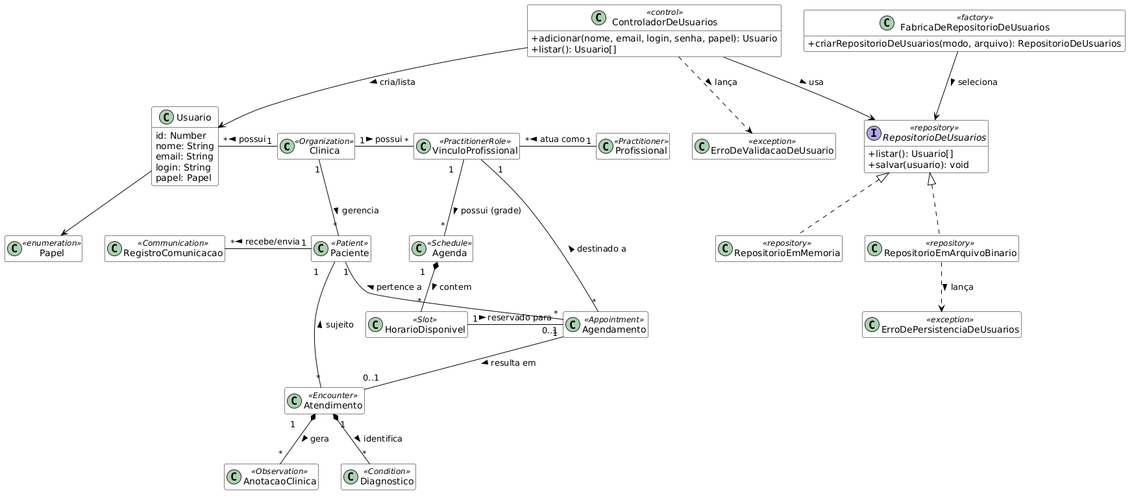
Above: docs/relatorio/images/diagrama-classes-de-analise.png in beatrizmontenegro07/projeto-metodos (PlantUML), before the change.
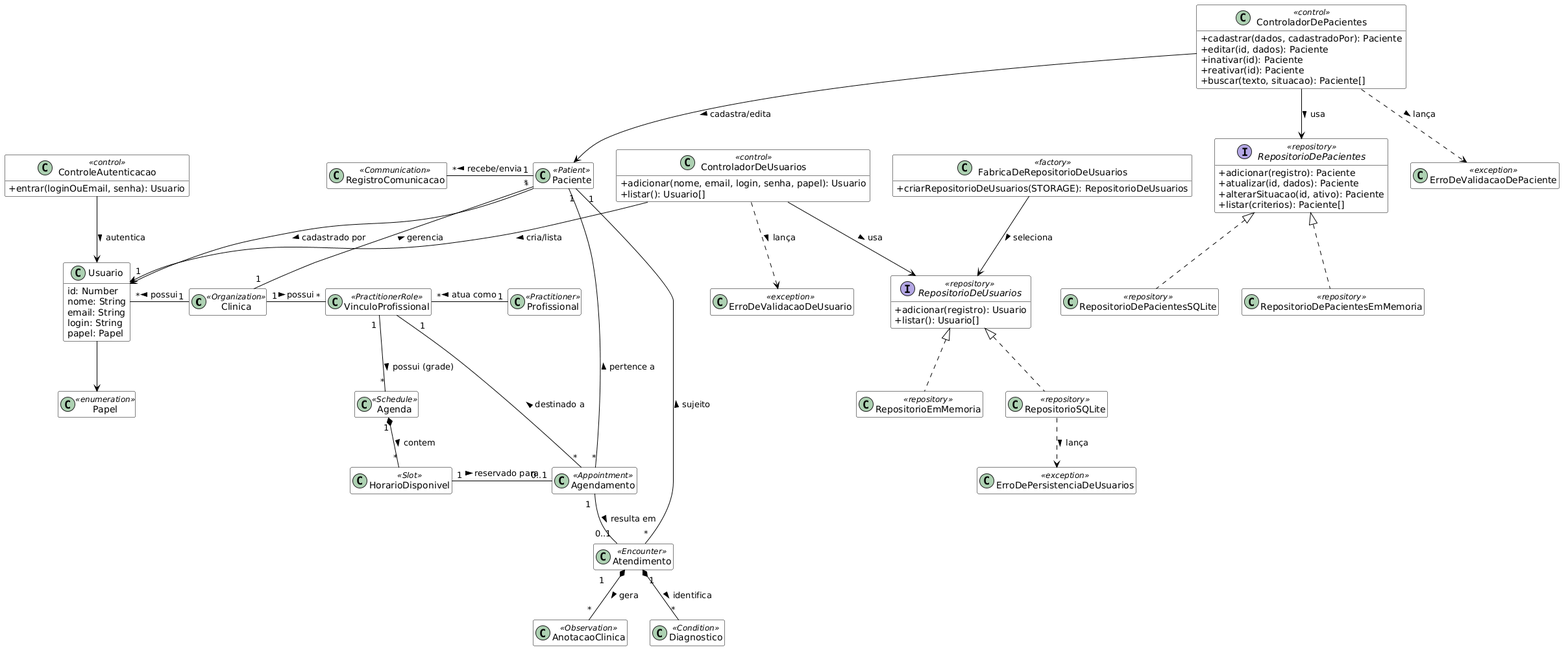
After the commit.

Diff of the diagram source:
```diff
@@ -26,16 +26,36 @@
   +listar(): Usuario[]
 }
 interface RepositorioDeUsuarios <<repository>> {
+  +adicionar(registro): Usuario
   +listar(): Usuario[]
-  +salvar(usuario): void
 }
 class RepositorioEmMemoria <<repository>>
-class RepositorioEmArquivoBinario <<repository>>
+class RepositorioSQLite <<repository>>
 class FabricaDeRepositorioDeUsuarios <<factory>> {
-  +criarRepositorioDeUsuarios(modo, arquivo): RepositorioDeUsuarios
+  +criarRepositorioDeUsuarios(STORAGE): RepositorioDeUsuarios
 }
 class ErroDeValidacaoDeUsuario <<exception>>
 class ErroDePersistenciaDeUsuarios <<exception>>
+
+class ControleAutenticacao <<control>> {
+  +entrar(loginOuEmail, senha): Usuario
+}
+class ControladorDePacientes <<control>> {
+  +cadastrar(dados, cadastradoPor): Paciente
+  +editar(id, dados): Paciente
+  +inativar(id): Paciente
+  +reativar(id): Paciente
+  +buscar(texto, situacao): Paciente[]
+}
+interface RepositorioDePacientes <<repository>> {
+  +adicionar(registro): Paciente
+  +atualizar(id, dados): Paciente
+  +alterarSituacao(id, ativo): Paciente
+  +listar(criterios): Paciente[]
+}
+class RepositorioDePacientesEmMemoria <<repository>>
+class RepositorioDePacientesSQLite <<repository>>
+class ErroDeValidacaoDePaciente <<exception>>
 
 class Agenda <<Schedule>>
 class HorarioDisponivel <<Slot>>
@@ -57,9 +77,17 @@
 ControladorDeUsuarios --> RepositorioDeUsuarios : usa >
 ControladorDeUsuarios ..> ErroDeValidacaoDeUsuario : lança >
 RepositorioDeUsuarios <|.. RepositorioEmMemoria
-RepositorioDeUsuarios <|.. RepositorioEmArquivoBinario
-RepositorioEmArquivoBinario ..> ErroDePersistenciaDeUsuarios : lança >
+RepositorioDeUsuarios <|.. RepositorioSQLite
+RepositorioSQLite ..> ErroDePersistenciaDeUsuarios : lança >
 FabricaDeRepositorioDeUsuarios --> RepositorioDeUsuarios : seleciona >
+
+ControleAutenticacao --> Usuario : autentica >
+Paciente "*" --> "1" Usuario : cadastrado por >
+ControladorDePacientes --> Paciente : cadastra/edita >
+ControladorDePacientes --> RepositorioDePacientes : usa >
+ControladorDePacientes ..> ErroDeValidacaoDePaciente : lança >
+RepositorioDePacientes <|.. RepositorioDePacientesEmMemoria
+RepositorioDePacientes <|.. RepositorioDePacientesSQLite
 
 Paciente "1" -left- "*" RegistroComunicacao : recebe/envia >
 
```
